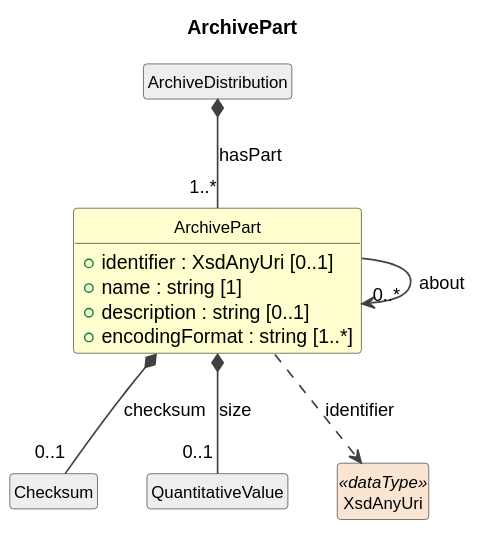
The PlantUML diagram cdif-uml-model/_plantuml/cdifArchiveDistribution/Classes/ArchivePart.svg in Cross-Domain-Interoperability-Framework/metadataBuildingBlocks, before a commit. The source it was exported from:
```plantuml
@startuml
title ArchivePart
hide circle
hide empty members
skinparam shadowing false
skinparam ArrowThickness 1.2
skinparam class {
  ArrowColor #404040
  BorderColor #404040
  FontSize 12
}

class "ArchivePart" as ArchivePart #FEFECE {
  +identifier : XsdAnyUri [0..1]
  +name : string [1]
  +description : string [0..1]
  +encodingFormat : string [1..*]
}
class "ArchiveDistribution" as ArchiveDistribution #EEEEEE
ArchiveDistribution *-- "1..*" ArchivePart : hasPart
ArchivePart --> "0..*" ArchivePart : about
class "Checksum" as Checksum #EEEEEE
ArchivePart *-- "0..1" Checksum : checksum
class "QuantitativeValue" as QuantitativeValue #EEEEEE
ArchivePart *-- "0..1" QuantitativeValue : size
class "XsdAnyUri" as XsdAnyUri <<dataType>> #FAE5D3
ArchivePart ..> XsdAnyUri : identifier
@enduml
```
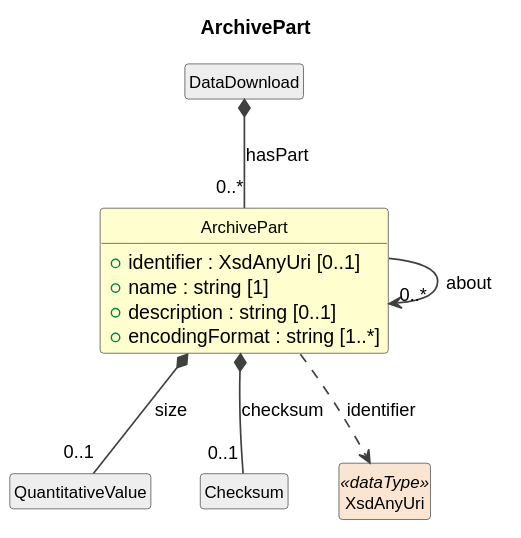
After the commit.

Change to the diagram source:
```diff
@@ -16,13 +16,13 @@
   +description : string [0..1]
   +encodingFormat : string [1..*]
 }
-class "ArchiveDistribution" as ArchiveDistribution #EEEEEE
-ArchiveDistribution *-- "1..*" ArchivePart : hasPart
+class "DataDownload" as DataDownload #EEEEEE
+DataDownload *-- "0..*" ArchivePart : hasPart
 ArchivePart --> "0..*" ArchivePart : about
+class "QuantitativeValue" as QuantitativeValue #EEEEEE
+ArchivePart *-- "0..1" QuantitativeValue : size
 class "Checksum" as Checksum #EEEEEE
 ArchivePart *-- "0..1" Checksum : checksum
-class "QuantitativeValue" as QuantitativeValue #EEEEEE
-ArchivePart *-- "0..1" QuantitativeValue : size
 class "XsdAnyUri" as XsdAnyUri <<dataType>> #FAE5D3
 ArchivePart ..> XsdAnyUri : identifier
 @enduml
```
